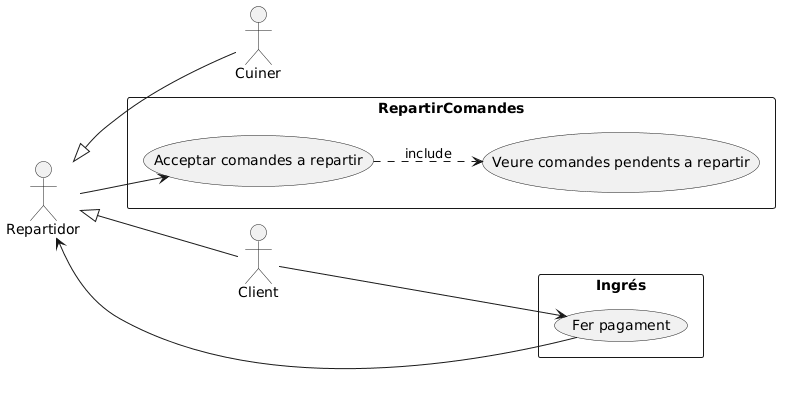
Above: documents/Diagrames/Cas d'ús/Repartidor/UML_Cas_d_us_Repartidor.png in martipages/ES23UAB431-02 (PlantUML), before the change. The source it was exported from:
```plantuml
@startuml
left to right direction

:Cuiner:
:Client:
:Repartidor:

Repartidor <|-- Client
Repartidor <|-- Cuiner

rectangle Ingrés {
(Fer pagament) as Pagament
}
rectangle RepartirComandes {
(Acceptar comandes a repartir) as AcceptarComandes
(Veure comandes pendents a repartir) as VeureComandes
}

Client --> Pagament
Pagament --> Repartidor
Repartidor --> AcceptarComandes

AcceptarComandes ..> VeureComandes : include
@enduml
```
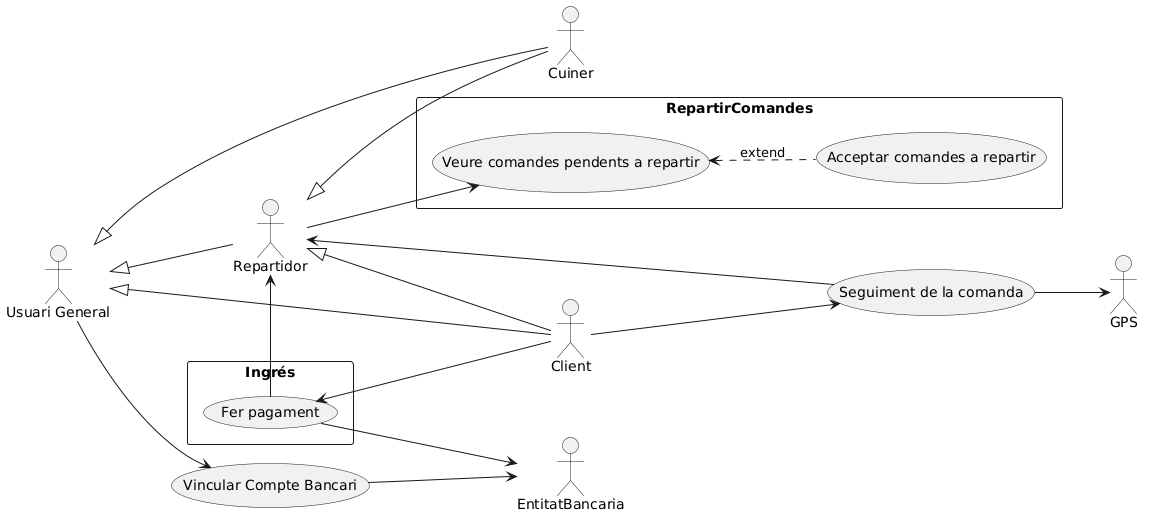
The same diagram one commit later.

The edit, as a diff of the source:
```diff
@@ -1,24 +1,76 @@
 @startuml
 left to right direction
 
+
 :Cuiner:
+
 :Client:
+
 :Repartidor:
 
+:Usuari General: as UsuariGeneral
+
+
+
+rectangle Ingrés {
+
+(Fer pagament) as Pagament
+
+}
+
+
+(Seguiment de la comanda) as Seg
+
+(Vincular Compte Bancari) as VincularCompteBancari
+
+rectangle Ingrés {
+
+(Fer pagament) as Pagament
+
+}
+
+rectangle RepartirComandes {
+
+(Acceptar comandes a repartir) as AcceptarComandes
+
+(Veure comandes pendents a repartir) as VeureComandes
+
+}
+
+
+
+
 Repartidor <|-- Client
+
 Repartidor <|-- Cuiner
 
-rectangle Ingrés {
-(Fer pagament) as Pagament
-}
-rectangle RepartirComandes {
-(Acceptar comandes a repartir) as AcceptarComandes
-(Veure comandes pendents a repartir) as VeureComandes
-}
+UsuariGeneral <|-- Client
+
+UsuariGeneral <|-- Repartidor
+
+UsuariGeneral <|-- Cuiner
+
+
+Seg --> GPS
+
+Pagament --> EntitatBancaria
+
 
 Client --> Pagament
+
+Client --> Seg
+
+Repartidor --> VeureComandes
+
+UsuariGeneral --> VincularCompteBancari
+
+VincularCompteBancari --> EntitatBancaria
+
 Pagament --> Repartidor
-Repartidor --> AcceptarComandes
 
-AcceptarComandes ..> VeureComandes : include
+Seg --> Repartidor
+
+
+
+VeureComandes <.. AcceptarComandes : extend
 @enduml
```
